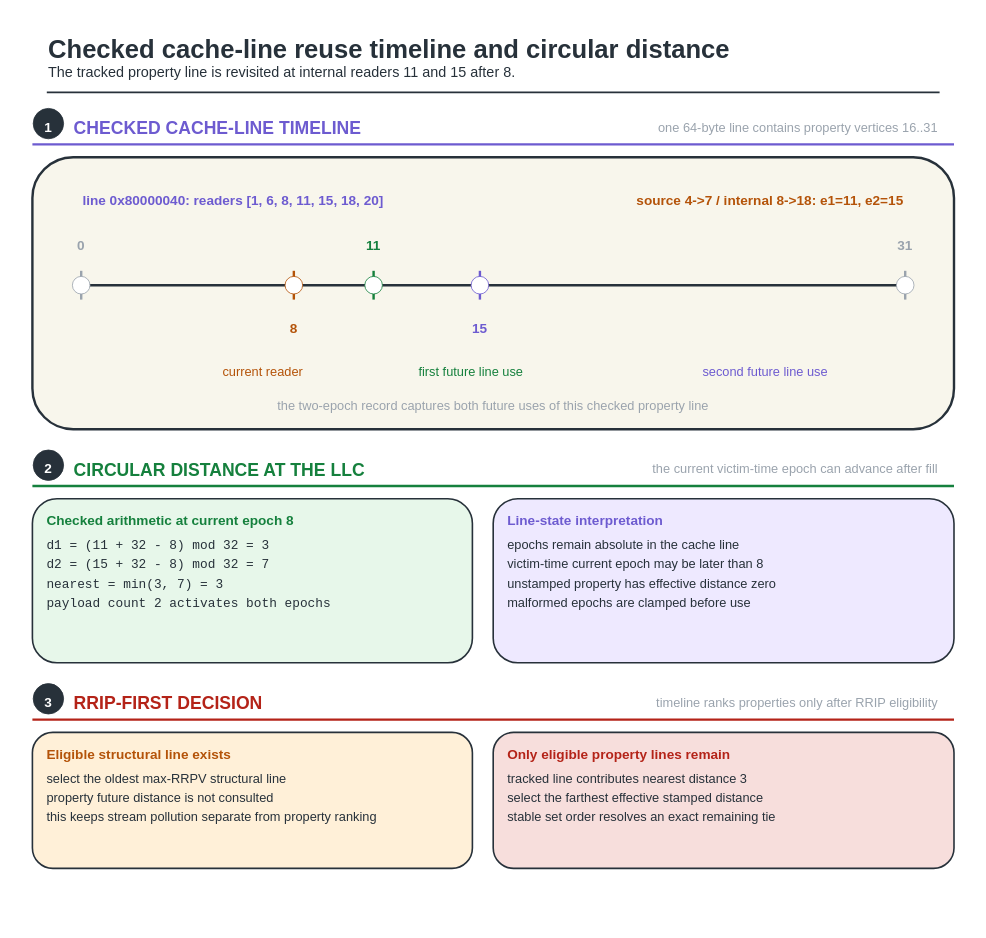
Before: fig/wiki_src/reuse-plan-flowthrough/reuse-plan-flowthrough-f03-future-distance.drawio in UVA-LavaLab/ECG_GrAPL, a draw.io diagram. Source tidied: cells renumbered, new cells numbered last; positions are measured from the earlier drawing's top-left corner, leaving out a move shared by most shapes. Both pictures are drawn from the tidied source at 80%, with x=0, y=0 at pixel (13, 13).
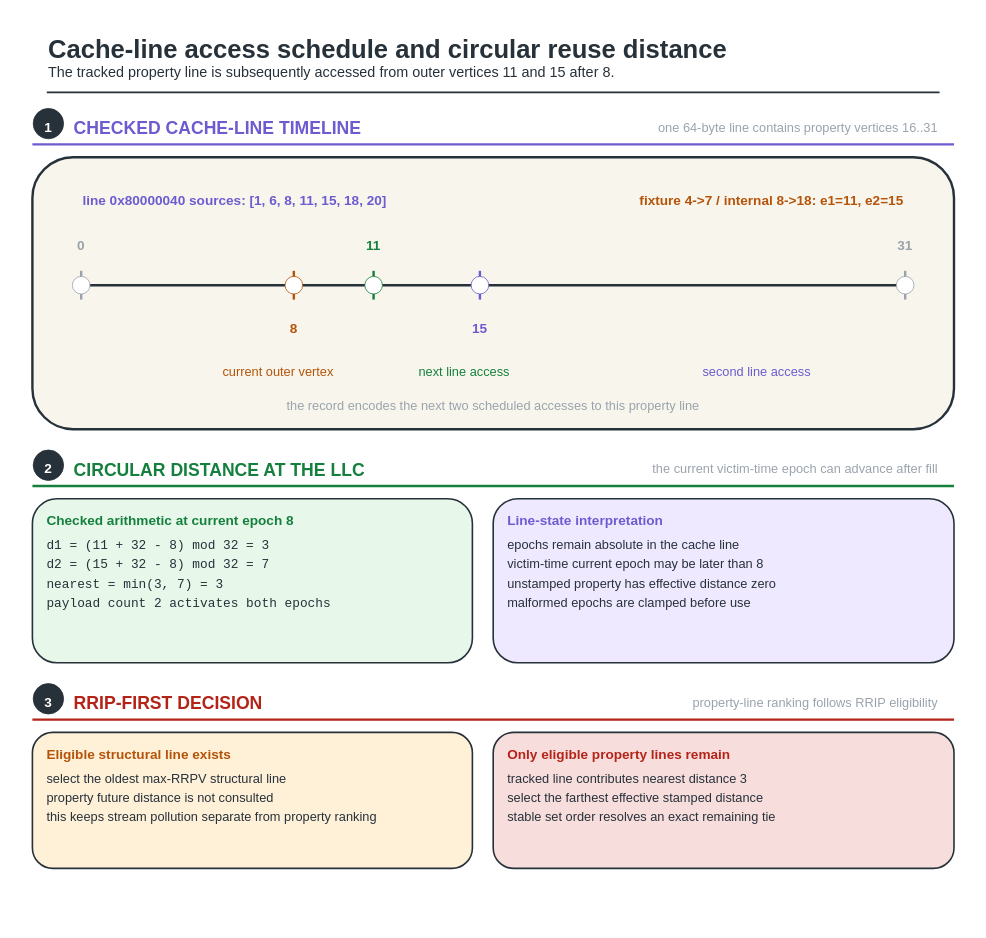
The same page after the edit.

Diff of the diagram source:
```diff
@@
-    <mxCell id="3" value="Checked cache-line reuse timeline and circular distance" style="text;html=0;strokeColor=none;fillColor=none;align=left;verticalAlign=middle;fontFamily=Helvetica;fontSize=32;fontColor=#27313A;fontStyle=1;" parent="1" vertex="1">
-      <mxGeometry x="42" y="19.5" width="1003.2" height="44.8" as="geometry" />
+    <mxCell id="3" value="Cache-line access schedule and circular reuse distance" style="text;html=0;strokeColor=none;fillColor=none;align=left;verticalAlign=middle;fontFamily=Helvetica;fontSize=32;fontColor=#27313A;fontStyle=1;" parent="1" vertex="1">
+      <mxGeometry x="42" y="19.5" width="985" height="44.8" as="geometry" />
     </mxCell>
-    <mxCell id="4" value="The tracked property line is revisited at internal readers 11 and 15 after 8." style="text;html=0;strokeColor=none;fillColor=none;align=left;verticalAlign=middle;fontFamily=Helvetica;fontSize=18;fontColor=#27313A;fontStyle=0;" parent="1" vertex="1">
-      <mxGeometry x="42" y="59.5" width="734.6" height="25.2" as="geometry" />
+    <mxCell id="4" value="The tracked property line is subsequently accessed from outer vertices 11 and 15 after 8." style="text;html=0;strokeColor=none;fillColor=none;align=left;verticalAlign=middle;fontFamily=Helvetica;fontSize=18;fontColor=#27313A;fontStyle=0;" parent="1" vertex="1">
+      <mxGeometry x="42" y="59.5" width="849.1" height="25.2" as="geometry" />
     </mxCell>
@@
-    <mxCell id="28" value="line 0x80000040: readers [1, 6, 8, 11, 15, 18, 20]" style="text;html=0;strokeColor=none;fillColor=none;align=left;verticalAlign=middle;fontFamily=Helvetica;fontSize=17;fontColor=#6D5BD0;fontStyle=1;" parent="1" vertex="1">
+    <mxCell id="28" value="line 0x80000040 sources: [1, 6, 8, 11, 15, 18, 20]" style="text;html=0;strokeColor=none;fillColor=none;align=left;verticalAlign=middle;fontFamily=Helvetica;fontSize=17;fontColor=#6D5BD0;fontStyle=1;" parent="1" vertex="1">
       <mxGeometry x="85" y="220.4" width="484.5" height="23.8" as="geometry" />
     </mxCell>
-    <mxCell id="29" value="source 4-&gt;7 / internal 8-&gt;18: e1=11, e2=15" style="text;html=0;strokeColor=none;fillColor=none;align=right;verticalAlign=middle;fontFamily=Helvetica;fontSize=17;fontColor=#B45309;fontStyle=1;" parent="1" vertex="1">
-      <mxGeometry x="708" y="220.4" width="407" height="23.8" as="geometry" />
+    <mxCell id="29" value="fixture 4-&gt;7 / internal 8-&gt;18: e1=11, e2=15" style="text;html=0;strokeColor=none;fillColor=none;align=right;verticalAlign=middle;fontFamily=Helvetica;fontSize=17;fontColor=#B45309;fontStyle=1;" parent="1" vertex="1">
+      <mxGeometry x="698.3" y="220.4" width="416.7" height="23.8" as="geometry" />
     </mxCell>
-    <mxCell id="30" value="current reader" style="text;html=0;strokeColor=none;fillColor=none;align=left;verticalAlign=middle;fontFamily=Helvetica;fontSize=16;fontColor=#B45309;fontStyle=0;" parent="1" vertex="1">
-      <mxGeometry x="260" y="436.2" width="118.7" height="22.4" as="geometry" />
+    <mxCell id="30" value="current outer vertex" style="text;html=0;strokeColor=none;fillColor=none;align=left;verticalAlign=middle;fontFamily=Helvetica;fontSize=16;fontColor=#B45309;fontStyle=0;" parent="1" vertex="1">
+      <mxGeometry x="260" y="436.2" width="169.6" height="22.4" as="geometry" />
     </mxCell>
-    <mxCell id="31" value="first future line use" style="text;html=0;strokeColor=none;fillColor=none;align=left;verticalAlign=middle;fontFamily=Helvetica;fontSize=16;fontColor=#15803D;fontStyle=0;" parent="1" vertex="1">
-      <mxGeometry x="505" y="436.2" width="178.1" height="22.4" as="geometry" />
+    <mxCell id="31" value="next line access" style="text;html=0;strokeColor=none;fillColor=none;align=left;verticalAlign=middle;fontFamily=Helvetica;fontSize=16;fontColor=#15803D;fontStyle=0;" parent="1" vertex="1">
+      <mxGeometry x="505" y="436.2" width="135.7" height="22.4" as="geometry" />
     </mxCell>
-    <mxCell id="32" value="second future line use" style="text;html=0;strokeColor=none;fillColor=none;align=left;verticalAlign=middle;fontFamily=Helvetica;fontSize=16;fontColor=#6D5BD0;fontStyle=0;" parent="1" vertex="1">
-      <mxGeometry x="860" y="436.2" width="186.6" height="22.4" as="geometry" />
+    <mxCell id="32" value="second line access" style="text;html=0;strokeColor=none;fillColor=none;align=left;verticalAlign=middle;fontFamily=Helvetica;fontSize=16;fontColor=#6D5BD0;fontStyle=0;" parent="1" vertex="1">
+      <mxGeometry x="860" y="436.2" width="152.6" height="22.4" as="geometry" />
     </mxCell>
-    <mxCell id="33" value="the two-epoch record captures both future uses of this checked property line" style="text;html=0;strokeColor=none;fillColor=none;align=center;verticalAlign=middle;fontFamily=Helvetica;fontSize=16;fontColor=#9AA3AD;fontStyle=0;" parent="1" vertex="1">
-      <mxGeometry x="277.8" y="478.2" width="644.5" height="22.4" as="geometry" />
+    <mxCell id="33" value="the record encodes the next two scheduled accesses to this property line" style="text;html=0;strokeColor=none;fillColor=none;align=center;verticalAlign=middle;fontFamily=Helvetica;fontSize=16;fontColor=#9AA3AD;fontStyle=0;" parent="1" vertex="1">
+      <mxGeometry x="294.7" y="478.2" width="610.6" height="22.4" as="geometry" />
     </mxCell>
@@
-    <mxCell id="54" value="timeline ranks properties only after RRIP eligibility" style="text;html=0;strokeColor=none;fillColor=none;align=right;verticalAlign=middle;fontFamily=Helvetica;fontSize=16;fontColor=#9AA3AD;fontStyle=0;" parent="1" vertex="1">
-      <mxGeometry x="708.6" y="849.2" width="449.4" height="22.4" as="geometry" />
+    <mxCell id="54" value="property-line ranking follows RRIP eligibility" style="text;html=0;strokeColor=none;fillColor=none;align=right;verticalAlign=middle;fontFamily=Helvetica;fontSize=16;fontColor=#9AA3AD;fontStyle=0;" parent="1" vertex="1">
+      <mxGeometry x="767.9" y="849.2" width="390.1" height="22.4" as="geometry" />
     </mxCell>
```
